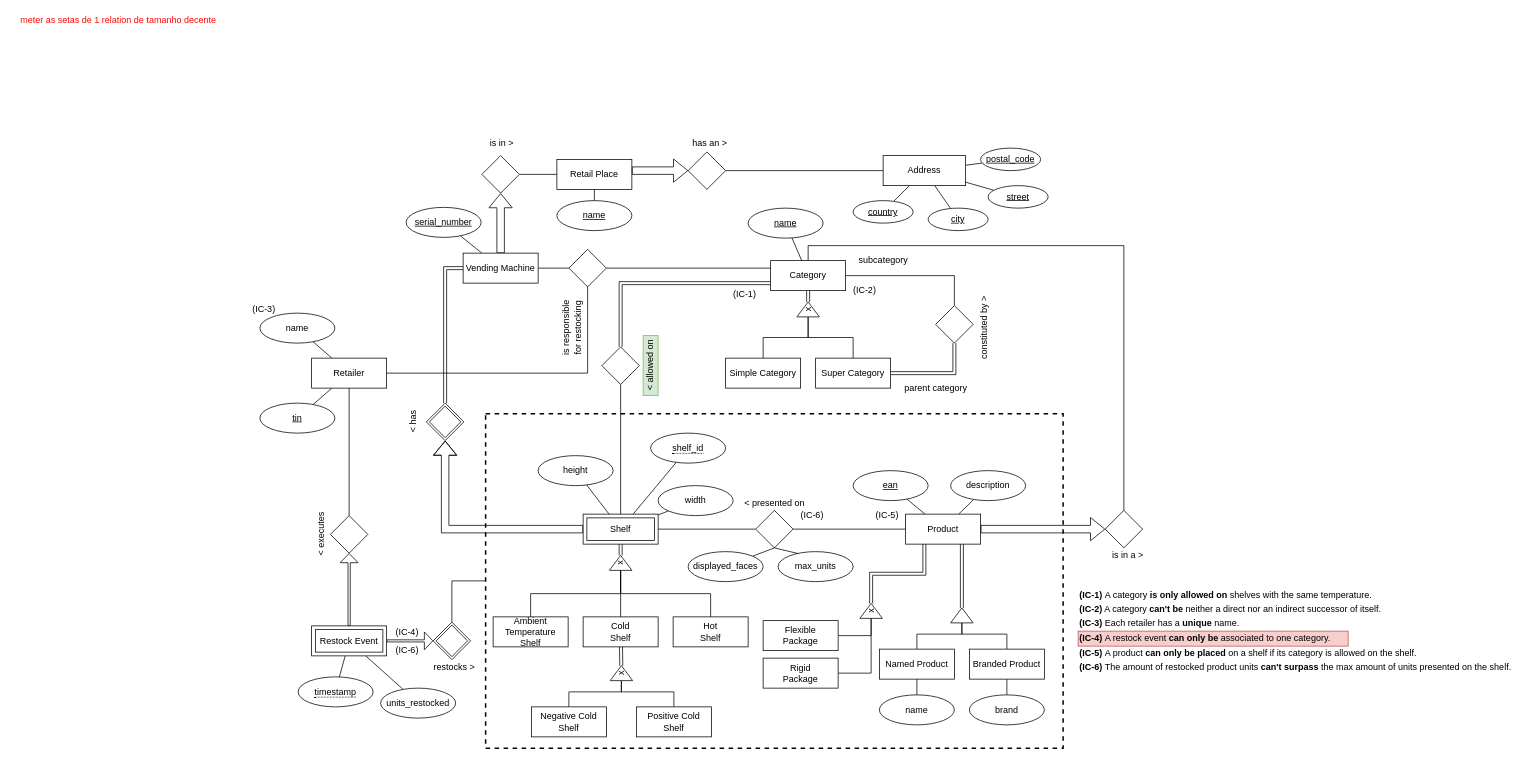
Earlier version of the draw.io diagram domain/diagrama.drawio (diogotcorreia/vending-machines-bd). Source tidied: cells renumbered, new cells numbered last; positions are measured from the earlier drawing's top-left corner, leaving out a move shared by most shapes. Both pictures are drawn from the tidied source at 75%, with x=0, y=0 at pixel (13, 13).
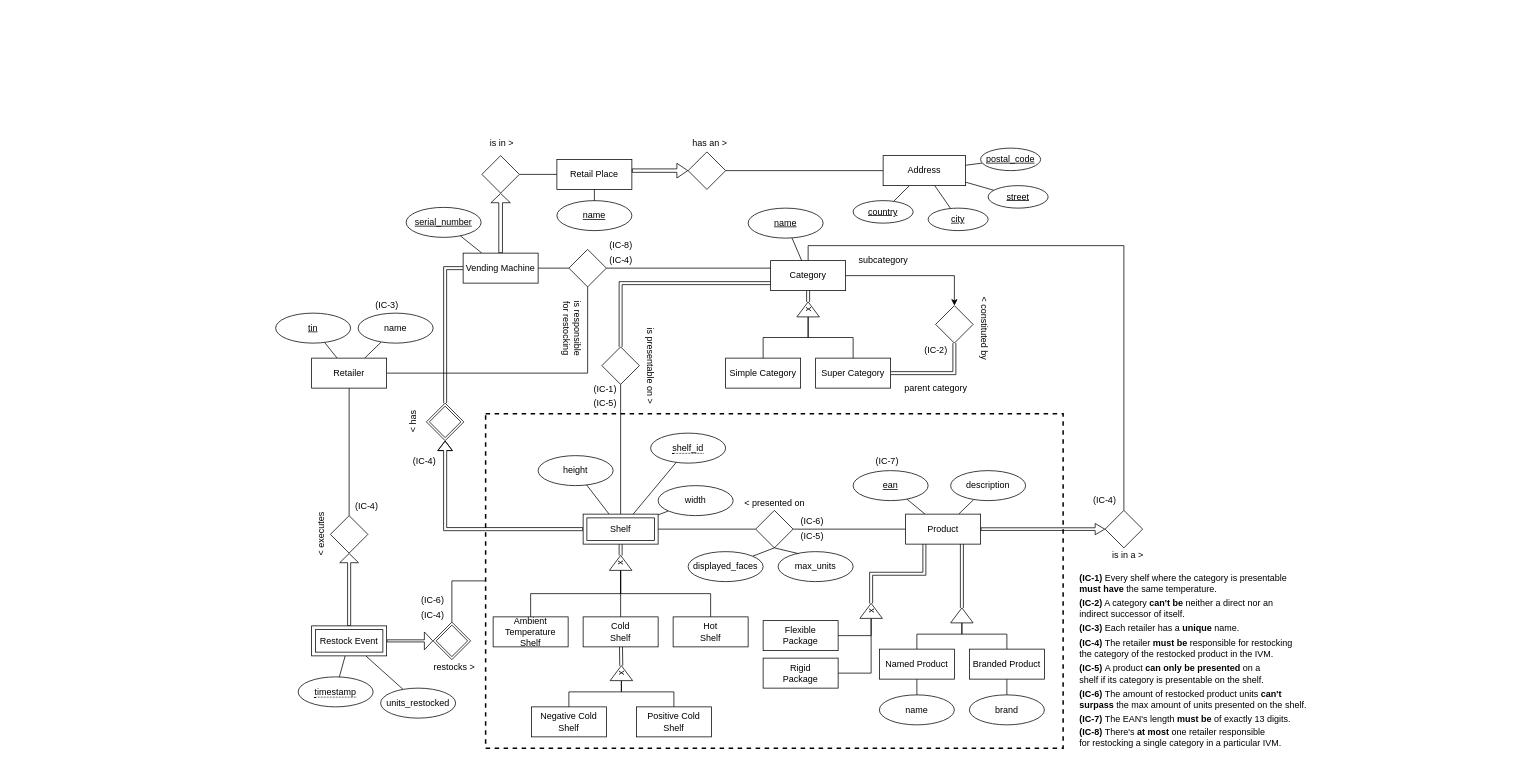
The same page after the edit.

The change refers to these unchanged cells:
```xml
<mxCell id="23" style="shape=rhombus;perimeter=rhombusPerimeter;whiteSpace=wrap;html=1;align=center;" parent="1" vertex="1">
  <mxGeometry x="423" y="670" width="50" height="50" as="geometry" />
</mxCell>
<mxCell id="31" value="Vending Machine" style="rounded=0;arcSize=10;whiteSpace=wrap;html=1;align=center;" parent="27" vertex="1">
  <mxGeometry x="600" y="320" width="100" height="40" as="geometry" />
</mxCell>
<mxCell id="34" style="shape=rhombus;perimeter=rhombusPerimeter;whiteSpace=wrap;html=1;align=center;" parent="27" vertex="1">
  <mxGeometry x="625" y="190" width="50" height="50" as="geometry" />
</mxCell>
<mxCell id="40" style="shape=rhombus;perimeter=rhombusPerimeter;whiteSpace=wrap;html=1;align=center;" parent="27" vertex="1">
  <mxGeometry x="900" y="185" width="50" height="50" as="geometry" />
</mxCell>
<mxCell id="78" value="Product" style="whiteSpace=wrap;html=1;align=center;rounded=0;" parent="27" vertex="1">
  <mxGeometry x="1190" y="668" width="100" height="40" as="geometry" />
</mxCell>
<mxCell id="96" value="Category" style="whiteSpace=wrap;html=1;align=center;rounded=0;" parent="27" vertex="1">
  <mxGeometry x="1010" y="330" width="100" height="40" as="geometry" />
</mxCell>
<mxCell id="112" style="shape=rhombus;perimeter=rhombusPerimeter;whiteSpace=wrap;html=1;align=center;" parent="27" vertex="1">
  <mxGeometry x="1456" y="663" width="50" height="50" as="geometry" />
</mxCell>
<mxCell id="115" style="shape=rhombus;perimeter=rhombusPerimeter;whiteSpace=wrap;html=1;align=center;" parent="27" vertex="1">
  <mxGeometry x="1230" y="390" width="50" height="50" as="geometry" />
</mxCell>
<mxCell id="121" value="Shelf" style="shape=ext;margin=3;double=1;whiteSpace=wrap;html=1;align=center;" parent="27" vertex="1">
  <mxGeometry x="760" y="668" width="100" height="40" as="geometry" />
</mxCell>
<mxCell id="123" style="shape=rhombus;double=1;perimeter=rhombusPerimeter;whiteSpace=wrap;html=1;align=center;" parent="27" vertex="1">
  <mxGeometry x="551" y="520" width="50" height="50" as="geometry" />
</mxCell>
<mxCell id="137" value="Restock Event" style="shape=ext;margin=3;double=1;whiteSpace=wrap;html=1;align=center;fillColor=default;" parent="27" vertex="1">
  <mxGeometry x="398" y="817" width="100" height="40" as="geometry" />
</mxCell>
```

The edit, as a diff of the source:
```diff
@@
     <mxCell id="3" value="(IC-2)" style="text;html=1;align=center;verticalAlign=middle;strokeColor=none;fillColor=none;" parent="1" vertex="1">
-      <mxGeometry x="1110" y="360" width="50" height="20" as="geometry" />
+      <mxGeometry x="1205" y="440" width="50" height="20" as="geometry" />
     </mxCell>
-    <mxCell id="4" value="&lt;b&gt;(IC-1)&lt;/b&gt;&amp;nbsp;A category &lt;b&gt;is only allowed on&lt;/b&gt; shelves with the same temperature." style="text;html=1;align=left;verticalAlign=middle;strokeColor=none;fillColor=none;" parent="1" vertex="1">
-      <mxGeometry x="1420" y="766" width="410" height="20" as="geometry" />
+    <mxCell id="4" value="&lt;b&gt;(IC-1)&lt;/b&gt;&amp;nbsp;Every shelf where the category is presentable&lt;br&gt;&lt;b&gt;must have&lt;/b&gt; the same temperature." style="text;html=1;align=left;verticalAlign=middle;strokeColor=none;fillColor=none;" parent="1" vertex="1">
+      <mxGeometry x="1420" y="745" width="310" height="30" as="geometry" />
     </mxCell>
     <mxCell id="5" value="(IC-3)" style="text;html=1;align=center;verticalAlign=middle;strokeColor=none;fillColor=none;" parent="1" vertex="1">
-      <mxGeometry x="309" y="385" width="50" height="20" as="geometry" />
+      <mxGeometry x="473" y="380" width="50" height="20" as="geometry" />
     </mxCell>
-    <mxCell id="6" value="constituted by &amp;gt;" style="text;html=1;align=center;verticalAlign=middle;fillColor=none;strokeColor=none;rounded=0;fontColor=#000000;rotation=-90;" parent="1" vertex="1">
+    <mxCell id="6" value="&amp;lt; constituted by" style="text;html=1;align=center;verticalAlign=middle;fillColor=none;strokeColor=none;rounded=0;fontColor=#000000;rotation=90;" parent="1" vertex="1">
       <mxGeometry x="1240" y="410" width="110" height="20" as="geometry" />
     </mxCell>
@@
     <mxCell id="14" value="(IC-4)" style="text;html=1;align=center;verticalAlign=middle;strokeColor=none;fillColor=none;" parent="1" vertex="1">
-      <mxGeometry x="500" y="815" width="50" height="20" as="geometry" />
+      <mxGeometry x="534" y="793" width="50" height="20" as="geometry" />
     </mxCell>
-    <mxCell id="15" value="&lt;b&gt;(IC-4)&lt;/b&gt;&amp;nbsp;A restock event &lt;b&gt;can only be&lt;/b&gt; associated to one category." style="text;html=1;align=left;verticalAlign=middle;strokeColor=#b85450;fillColor=#f8cecc;" parent="1" vertex="1">
-      <mxGeometry x="1420" y="824" width="360" height="20" as="geometry" />
+    <mxCell id="15" value="&lt;b&gt;(IC-4)&amp;nbsp;&lt;/b&gt;The retailer&amp;nbsp;&lt;b&gt;must be&lt;/b&gt; responsible for restocking&lt;br&gt;the category of the restocked product in the IVM." style="text;html=1;align=left;verticalAlign=middle;strokeColor=none;fillColor=none;" parent="1" vertex="1">
+      <mxGeometry x="1420" y="832" width="320" height="30" as="geometry" />
     </mxCell>
-    <mxCell id="16" value="&lt;b&gt;(IC-6)&lt;/b&gt;&amp;nbsp;The amount of restocked product units &lt;b&gt;can't surpass&lt;/b&gt; the max amount of units presented on the shelf." style="text;html=1;align=left;verticalAlign=middle;strokeColor=none;fillColor=none;" parent="1" vertex="1">
-      <mxGeometry x="1420" y="862" width="590" height="20" as="geometry" />
+    <mxCell id="16" value="&lt;b&gt;(IC-6)&lt;/b&gt;&amp;nbsp;The amount of restocked product units &lt;b&gt;can't&lt;br&gt;surpass&lt;/b&gt; the max amount of units presented on the shelf." style="text;html=1;align=left;verticalAlign=middle;strokeColor=none;fillColor=none;" parent="1" vertex="1">
+      <mxGeometry x="1420" y="900" width="340" height="30" as="geometry" />
     </mxCell>
     <mxCell id="17" value="(IC-5)" style="text;html=1;align=center;verticalAlign=middle;strokeColor=none;fillColor=none;" parent="1" vertex="1">
-      <mxGeometry x="1140" y="660" width="50" height="20" as="geometry" />
+      <mxGeometry x="1040" y="688" width="50" height="20" as="geometry" />
     </mxCell>
     <mxCell id="18" value="(IC-6)" style="text;html=1;align=center;verticalAlign=middle;strokeColor=none;fillColor=none;" parent="1" vertex="1">
-      <mxGeometry x="1040" y="660" width="50" height="20" as="geometry" />
+      <mxGeometry x="1040" y="667" width="50" height="20" as="geometry" />
     </mxCell>
@@
-    <mxCell id="22" style="edgeStyle=orthogonalEdgeStyle;shape=flexArrow;rounded=0;jettySize=auto;html=1;width=2.962962962962963;endSize=3.7555555555555555;" parent="1" edge="1" source="137" target="23">
+    <mxCell id="22" style="edgeStyle=orthogonalEdgeStyle;shape=flexArrow;rounded=0;jettySize=auto;html=1;width=4.102564102564103;endSize=3.7615384615384615;" parent="1" edge="1" source="137" target="23">
       <mxGeometry relative="1" as="geometry" />
     </mxCell>
@@
     <mxCell id="25" value="(IC-6)" style="text;html=1;align=center;verticalAlign=middle;strokeColor=none;fillColor=none;" parent="1" vertex="1">
-      <mxGeometry x="500" y="839" width="50" height="20" as="geometry" />
+      <mxGeometry x="534" y="773" width="50" height="20" as="geometry" />
     </mxCell>
@@
+    <mxCell id="142" value="(IC-4)" style="text;html=1;align=center;verticalAlign=middle;strokeColor=none;fillColor=none;" parent="1" vertex="1">
+      <mxGeometry x="785" y="319" width="50" height="20" as="geometry" />
+    </mxCell>
+    <mxCell id="143" value="(IC-4)" style="text;html=1;align=center;verticalAlign=middle;strokeColor=none;fillColor=none;" parent="1" vertex="1">
+      <mxGeometry x="1430" y="640" width="50" height="20" as="geometry" />
+    </mxCell>
+    <mxCell id="144" value="(IC-4)" style="text;html=1;align=center;verticalAlign=middle;fillColor=none;" parent="1" vertex="1">
+      <mxGeometry x="523" y="588" width="50" height="20" as="geometry" />
+    </mxCell>
+    <mxCell id="145" value="(IC-5)" style="text;html=1;align=center;verticalAlign=middle;strokeColor=none;fillColor=none;" parent="1" vertex="1">
+      <mxGeometry x="764" y="510" width="50" height="20" as="geometry" />
+    </mxCell>
+    <mxCell id="146" value="&lt;b&gt;(IC-7)&lt;/b&gt;&amp;nbsp;The EAN's length &lt;b&gt;must be&lt;/b&gt; of exactly 13 digits." style="text;html=1;align=left;verticalAlign=middle;strokeColor=none;fillColor=none;" parent="1" vertex="1">
+      <mxGeometry x="1420" y="931" width="310" height="20" as="geometry" />
+    </mxCell>
+    <mxCell id="147" value="(IC-7)" style="text;html=1;align=center;verticalAlign=middle;strokeColor=none;fillColor=none;" parent="1" vertex="1">
+      <mxGeometry x="1140" y="588" width="50" height="20" as="geometry" />
+    </mxCell>
+    <mxCell id="148" value="&lt;b&gt;(IC-8)&lt;/b&gt;&amp;nbsp;There's &lt;b&gt;at most &lt;/b&gt;one retailer responsible&lt;br&gt;for restocking a single category in a particular IVM." style="text;html=1;align=left;verticalAlign=middle;strokeColor=none;fillColor=none;" parent="1" vertex="1">
+      <mxGeometry x="1420" y="951" width="300" height="30" as="geometry" />
+    </mxCell>
+    <mxCell id="149" value="(IC-8)" style="text;html=1;align=center;verticalAlign=middle;strokeColor=none;fillColor=none;" parent="1" vertex="1">
+      <mxGeometry x="785" y="300" width="50" height="20" as="geometry" />
+    </mxCell>
+    <mxCell id="150" value="(IC-4)" style="text;html=1;align=center;verticalAlign=middle;strokeColor=none;fillColor=none;" parent="1" vertex="1">
+      <mxGeometry x="446" y="647" width="50" height="20" as="geometry" />
+    </mxCell>
@@
-    <mxCell id="29" style="edgeStyle=none;rounded=0;jettySize=auto;html=1;exitX=0.5;exitY=0;exitDx=0;exitDy=0;entryX=0.5;entryY=1;entryDx=0;entryDy=0;endArrow=block;endFill=0;shape=flexArrow;" parent="27" edge="1" source="31" target="34">
+    <mxCell id="29" style="edgeStyle=none;rounded=0;jettySize=auto;html=1;exitX=0.5;exitY=0;exitDx=0;exitDy=0;entryX=0.5;entryY=1;entryDx=0;entryDy=0;endArrow=block;endFill=0;shape=flexArrow;width=4.871794871794872;endSize=3.7615384615384615;" parent="27" edge="1" source="31" target="34">
       <mxGeometry relative="1" as="geometry" />
     </mxCell>
@@
-    <mxCell id="39" style="edgeStyle=none;rounded=0;jettySize=auto;html=1;endArrow=none;endFill=0;shape=flexArrow;startArrow=block;" parent="27" edge="1" source="40">
+    <mxCell id="39" style="edgeStyle=none;rounded=0;jettySize=auto;html=1;endArrow=none;endFill=0;shape=flexArrow;startArrow=block;width=4.615384615384616;startSize=4.494871794871795;startWidth=14;" parent="27" edge="1" source="40">
       <mxGeometry relative="1" as="geometry">
         <mxPoint x="825" y="210" as="targetPoint" />
       </mxGeometry>
     </mxCell>
@@
     <mxCell id="55" value="tin" style="ellipse;whiteSpace=wrap;html=1;align=center;fontStyle=4;rounded=0;" parent="27" vertex="1">
-      <mxGeometry x="329" y="520" width="100" height="40" as="geometry" />
+      <mxGeometry x="350" y="400" width="100" height="40" as="geometry" />
     </mxCell>
     <mxCell id="56" value="name" style="ellipse;whiteSpace=wrap;html=1;align=center;rounded=0;" parent="27" vertex="1">
-      <mxGeometry x="329" y="400" width="100" height="40" as="geometry" />
+      <mxGeometry x="460" y="400" width="100" height="40" as="geometry" />
     </mxCell>
@@
-    <mxCell id="102" style="edgeStyle=orthogonalEdgeStyle;shape=flexArrow;rounded=0;jettySize=auto;html=1;exitX=0.5;exitY=1;exitDx=0;exitDy=0;startArrow=block;endArrow=none;endFill=0;entryX=0;entryY=0.5;entryDx=0;entryDy=0;" parent="27" edge="1" source="123" target="121">
+    <mxCell id="102" style="edgeStyle=orthogonalEdgeStyle;shape=flexArrow;rounded=0;jettySize=auto;html=1;exitX=0.5;exitY=1;exitDx=0;exitDy=0;startArrow=block;endArrow=none;endFill=0;entryX=0;entryY=0.5;entryDx=0;entryDy=0;width=4.102564102564103;startSize=3.930769230769231;startWidth=14.33267587113741;" parent="27" edge="1" source="123" target="121">
       <mxGeometry relative="1" as="geometry" />
     </mxCell>
@@
-    <mxCell id="111" style="edgeStyle=none;shape=flexArrow;rounded=0;jettySize=auto;html=1;exitX=0;exitY=0.5;exitDx=0;exitDy=0;entryX=1;entryY=0.5;entryDx=0;entryDy=0;startArrow=block;startFill=0;endArrow=none;endFill=0;" parent="27" edge="1" source="112" target="78">
+    <mxCell id="111" style="edgeStyle=none;shape=flexArrow;rounded=0;jettySize=auto;html=1;exitX=0;exitY=0.5;exitDx=0;exitDy=0;entryX=1;entryY=0.5;entryDx=0;entryDy=0;startArrow=block;startFill=0;endArrow=none;endFill=0;width=3.58974358974359;startSize=3.930769230769231;startWidth=10.361604207758054;" parent="27" edge="1" source="112" target="78">
       <mxGeometry relative="1" as="geometry" />
     </mxCell>
@@
-    <mxCell id="114" style="edgeStyle=orthogonalEdgeStyle;rounded=0;jettySize=auto;html=1;exitX=0.5;exitY=0;exitDx=0;exitDy=0;entryX=1;entryY=0.5;entryDx=0;entryDy=0;startArrow=none;startFill=0;endArrow=none;endFill=0;" parent="27" edge="1" source="115" target="96">
+    <mxCell id="114" style="edgeStyle=orthogonalEdgeStyle;rounded=0;jettySize=auto;html=1;exitX=0.5;exitY=0;exitDx=0;exitDy=0;entryX=1;entryY=0.5;entryDx=0;entryDy=0;startArrow=classic;startFill=1;endArrow=none;endFill=0;strokeColor=#000000;" parent="27" edge="1" source="115" target="96">
       <mxGeometry relative="1" as="geometry" />
     </mxCell>
@@
     <mxCell id="124" value="(IC-1)" style="text;html=1;align=center;verticalAlign=middle;strokeColor=none;fillColor=none;" parent="27" vertex="1">
-      <mxGeometry x="950" y="365" width="50" height="20" as="geometry" />
+      <mxGeometry x="764" y="491" width="50" height="20" as="geometry" />
     </mxCell>
     <mxCell id="125" value="&lt;b&gt;(IC-3)&lt;/b&gt; Each retailer has a &lt;b&gt;unique &lt;/b&gt;name." style="text;html=1;align=left;verticalAlign=middle;strokeColor=none;fillColor=none;" parent="27" vertex="1">
-      <mxGeometry x="1420" y="804" width="240" height="20" as="geometry" />
+      <mxGeometry x="1420" y="810" width="240" height="20" as="geometry" />
     </mxCell>
-    <mxCell id="126" value="&lt;b&gt;(IC-2)&lt;/b&gt; A category &lt;b&gt;can't be&lt;/b&gt; neither a direct nor an indirect successor of itself." style="text;html=1;align=left;verticalAlign=middle;strokeColor=none;fillColor=none;" parent="27" vertex="1">
-      <mxGeometry x="1420" y="785" width="420" height="20" as="geometry" />
+    <mxCell id="126" value="&lt;b&gt;(IC-2)&lt;/b&gt; A category &lt;b&gt;can't be&lt;/b&gt; neither a direct nor an&lt;br&gt;indirect successor of itself." style="text;html=1;align=left;verticalAlign=middle;strokeColor=none;fillColor=none;" parent="27" vertex="1">
+      <mxGeometry x="1420" y="779" width="270" height="30" as="geometry" />
     </mxCell>
@@
-    <mxCell id="128" value="meter as setas de 1 relation de tamanho decente" style="text;html=1;align=center;verticalAlign=middle;strokeColor=none;fillColor=none;fontColor=#FF0808;" parent="27" vertex="1">
-      <mxGeometry width="280" height="20" as="geometry" />
-    </mxCell>
@@
-    <mxCell id="135" value="&amp;lt; allowed on" style="text;html=1;align=center;verticalAlign=middle;strokeColor=#82b366;fillColor=#d5e8d4;rotation=-90;" parent="27" vertex="1">
-      <mxGeometry x="810" y="460" width="80" height="20" as="geometry" />
+    <mxCell id="135" value="is presentable on &amp;gt;" style="text;html=1;align=center;verticalAlign=middle;strokeColor=none;fillColor=none;rotation=90;" parent="27" vertex="1">
+      <mxGeometry x="790" y="460" width="120" height="20" as="geometry" />
     </mxCell>
-    <mxCell id="136" value="&lt;b&gt;(IC-5)&lt;/b&gt;&amp;nbsp;A product &lt;b&gt;can only be placed&lt;/b&gt;&amp;nbsp;on a shelf if its category is allowed on the shelf." style="text;html=1;align=left;verticalAlign=middle;strokeColor=none;fillColor=none;" parent="27" vertex="1">
-      <mxGeometry x="1420" y="843" width="470" height="20" as="geometry" />
+    <mxCell id="136" value="&lt;b&gt;(IC-5)&lt;/b&gt;&amp;nbsp;A product &lt;b&gt;can only be presented&lt;/b&gt;&amp;nbsp;on a&lt;br&gt;shelf if its category is presentable on the shelf." style="text;html=1;align=left;verticalAlign=middle;strokeColor=none;fillColor=none;" parent="27" vertex="1">
+      <mxGeometry x="1420" y="866" width="280" height="30" as="geometry" />
     </mxCell>
@@
-    <mxCell id="140" value="&lt;span style=&quot;text-align: left;&quot;&gt;is responsible&lt;br&gt;for restocking&lt;/span&gt;" style="text;html=1;align=center;verticalAlign=middle;strokeColor=none;fillColor=none;rotation=-90;" parent="27" vertex="1">
+    <mxCell id="140" value="&lt;span style=&quot;text-align: left;&quot;&gt;is responsible&lt;br&gt;for restocking&lt;/span&gt;" style="text;html=1;align=center;verticalAlign=middle;strokeColor=none;fillColor=none;rotation=90;" parent="27" vertex="1">
       <mxGeometry x="700" y="405" width="90" height="30" as="geometry" />
     </mxCell>
```
